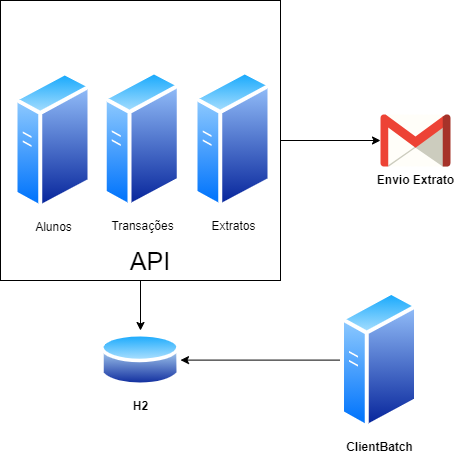
Earlier version of the draw.io export Images/topologia.png (igor-fga/fiapcreditcard-1). Source tidied: cells renumbered, new cells last; positions are measured from the earlier drawing's top-left corner, leaving out a move shared by most shapes.
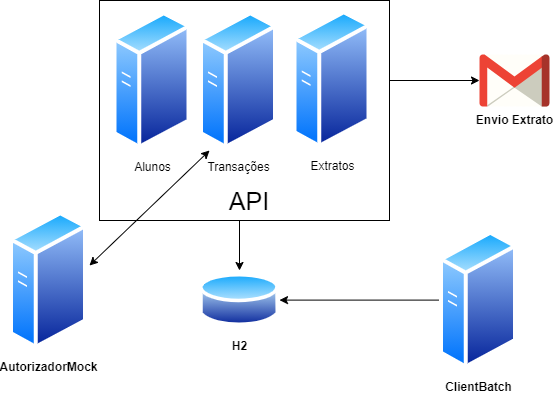
Later version of the same file.

Commit message:
atualizado topologia

The edit, as a diff of the source:
```diff
@@ -2,20 +2,24 @@
   <root>
     <mxCell id="0" />
     <mxCell id="1" parent="0" />
+    <mxCell id="14" style="rounded=0;whiteSpace=wrap;html=1;" parent="1" vertex="1">
+      <mxGeometry y="60" width="290" height="220" as="geometry" />
+    </mxCell>
-    <mxCell id="2" style="edgeStyle=orthogonalEdgeStyle;rounded=0;jettySize=auto;html=1;" parent="1" edge="1" source="4" target="8">
-      <mxGeometry relative="1" as="geometry" />
+    <mxCell id="2" style="edgeStyle=orthogonalEdgeStyle;rounded=0;jettySize=auto;html=1;" parent="1" edge="1" target="8">
+      <mxGeometry relative="1" as="geometry">
+        <mxPoint x="140" y="280" as="sourcePoint" />
+      </mxGeometry>
     </mxCell>
-    <mxCell id="3" style="edgeStyle=orthogonalEdgeStyle;rounded=0;jettySize=auto;html=1;" parent="1" edge="1" source="4" target="13">
-      <mxGeometry relative="1" as="geometry" />
+    <mxCell id="3" style="edgeStyle=orthogonalEdgeStyle;rounded=0;jettySize=auto;html=1;" parent="1" edge="1" target="13">
+      <mxGeometry relative="1" as="geometry">
+        <mxPoint x="290" y="140" as="sourcePoint" />
+      </mxGeometry>
     </mxCell>
-    <mxCell id="4" style="whiteSpace=wrap;html=1;" parent="1" vertex="1">
-      <mxGeometry width="280" height="280" as="geometry" />
-    </mxCell>
     <mxCell id="5" value="Alunos" style="perimeter=ellipsePerimeter;html=1;align=center;shadow=0;dashed=0;spacingTop=3;image;image=img/lib/active_directory/generic_server.svg;" parent="1" vertex="1">
       <mxGeometry x="13.6" y="70" width="78.4" height="140" as="geometry" />
     </mxCell>
     <mxCell id="6" value="Transações" style="perimeter=ellipsePerimeter;html=1;align=center;shadow=0;dashed=0;spacingTop=3;image;image=img/lib/active_directory/generic_server.svg;" parent="1" vertex="1">
-      <mxGeometry x="102.8" y="69" width="78.4" height="140" as="geometry" />
+      <mxGeometry x="100" y="70" width="78.4" height="140" as="geometry" />
     </mxCell>
     <mxCell id="7" value="Extratos" style="perimeter=ellipsePerimeter;html=1;align=center;shadow=0;dashed=0;spacingTop=3;image;image=img/lib/active_directory/generic_server.svg;" parent="1" vertex="1">
       <mxGeometry x="193.6" y="69" width="78.4" height="140" as="geometry" />
@@ -23,8 +27,11 @@
     <mxCell id="8" value="H2" style="perimeter=ellipsePerimeter;html=1;align=center;shadow=0;dashed=0;spacingTop=3;image;image=img/lib/active_directory/database.svg;fontStyle=1;" parent="1" vertex="1">
       <mxGeometry x="100" y="330" width="80" height="59.2" as="geometry" />
     </mxCell>
-    <mxCell id="9" style="edgeStyle=orthogonalEdgeStyle;rounded=0;orthogonalLoop=1;jettySize=auto;html=1;exitX=0.5;exitY=1;exitDx=0;exitDy=0;" parent="1" edge="1" source="4" target="4">
-      <mxGeometry relative="1" as="geometry" />
+    <mxCell id="9" style="edgeStyle=orthogonalEdgeStyle;rounded=0;orthogonalLoop=1;jettySize=auto;html=1;exitX=0.5;exitY=1;exitDx=0;exitDy=0;" parent="1" edge="1">
+      <mxGeometry relative="1" as="geometry">
+        <mxPoint x="140" y="280" as="sourcePoint" />
+        <mxPoint x="140" y="280" as="targetPoint" />
+      </mxGeometry>
     </mxCell>
     <mxCell id="10" value="&lt;font style=&quot;font-size: 25px&quot;&gt;API&lt;/font&gt;" style="text;html=1;strokeColor=none;fillColor=none;align=center;verticalAlign=middle;whiteSpace=wrap;rounded=0;" parent="1" vertex="1">
       <mxGeometry x="130" y="250" width="40" height="20" as="geometry" />
@@ -38,5 +45,16 @@
     <mxCell id="13" value="&lt;b&gt;Envio Extrato&lt;/b&gt;" style="dashed=0;outlineConnect=0;html=1;align=center;labelPosition=center;verticalLabelPosition=bottom;verticalAlign=top;shape=mxgraph.weblogos.gmail;" parent="1" vertex="1">
       <mxGeometry x="380" y="114" width="70" height="52" as="geometry" />
     </mxCell>
+    <mxCell id="15" value="AutorizadorMock" style="perimeter=ellipsePerimeter;html=1;align=center;shadow=0;dashed=0;spacingTop=3;image;image=img/lib/active_directory/generic_server.svg;fontStyle=1;" parent="1" vertex="1">
+      <mxGeometry x="-90" y="270" width="78.4" height="140" as="geometry" />
+    </mxCell>
+    <mxCell id="16" style="endArrow=classic;startArrow=classic;html=1;entryX=0.128;entryY=1;entryDx=0;entryDy=0;entryPerimeter=0;" parent="1" edge="1" target="6">
+      <mxGeometry relative="1" as="geometry">
+        <mxPoint x="-10" y="325" as="sourcePoint" />
+        <Array as="points">
+          <mxPoint x="-10" y="325" />
+        </Array>
+      </mxGeometry>
+    </mxCell>
   </root>
 </mxGraphModel>
```
